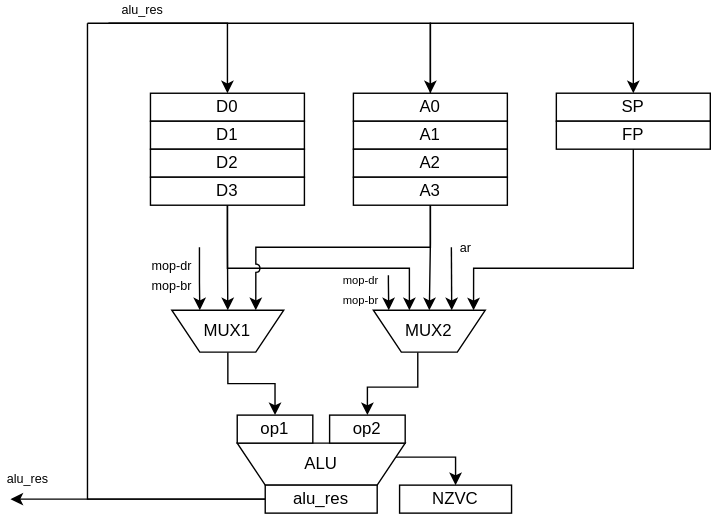
Before: docs/EU.svg, a diagram exported from draw.io (Not-N0w/csa-lab4). Source tidied: cells renumbered, new cells last; positions are measured from the earlier drawing's top-left corner, leaving out a move shared by most shapes.
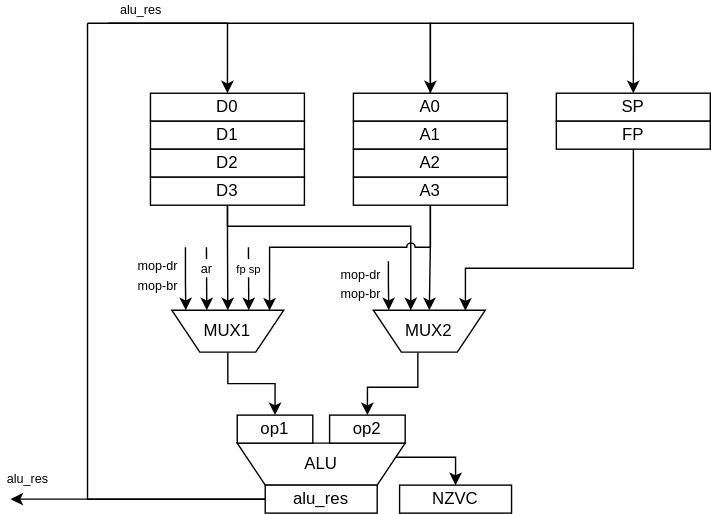
After the commit.

Commit message:
fix: bug in mux1/2 in EU

What changed in the source:
```diff
@@ -25,27 +25,27 @@
     <mxCell id="7" style="edgeStyle=orthogonalEdgeStyle;rounded=0;jettySize=auto;html=1;entryX=0.5;entryY=1;entryDx=0;entryDy=0;" parent="1" edge="1" source="9" target="16">
       <mxGeometry relative="1" as="geometry" />
     </mxCell>
-    <mxCell id="8" style="edgeStyle=orthogonalEdgeStyle;rounded=0;orthogonalLoop=1;jettySize=auto;html=1;jumpStyle=arc;" parent="1" edge="1">
-      <mxGeometry relative="1" as="geometry">
-        <mxPoint x="155" y="130" as="sourcePoint" />
-        <mxPoint x="285" y="205" as="targetPoint" />
-        <Array as="points">
-          <mxPoint x="155" y="175" />
-          <mxPoint x="285" y="175" />
-        </Array>
-      </mxGeometry>
-    </mxCell>
+    <mxCell id="35" style="edgeStyle=orthogonalEdgeStyle;rounded=0;jettySize=auto;html=1;entryX=0.66;entryY=0.996;entryDx=0;entryDy=0;entryPerimeter=0;jumpStyle=arc;" parent="1" edge="1" target="24">
+      <mxGeometry relative="1" as="geometry">
+        <mxPoint x="155" y="130" as="sourcePoint" />
+        <Array as="points">
+          <mxPoint x="155" y="145" />
+          <mxPoint x="286" y="145" />
+          <mxPoint x="286" y="205" />
+        </Array>
+      </mxGeometry>
+    </mxCell>
     <mxCell id="9" value="D2" style="rounded=0;whiteSpace=wrap;html=1;" parent="1" vertex="1">
       <mxGeometry x="100" y="90" width="110" height="20" as="geometry" />
     </mxCell>
     <mxCell id="10" style="edgeStyle=orthogonalEdgeStyle;rounded=0;jettySize=auto;html=1;entryX=0.5;entryY=1;entryDx=0;entryDy=0;" parent="1" edge="1" source="12" target="24">
       <mxGeometry relative="1" as="geometry" />
     </mxCell>
-    <mxCell id="11" style="edgeStyle=orthogonalEdgeStyle;rounded=0;jettySize=auto;html=1;entryX=0.25;entryY=1;entryDx=0;entryDy=0;jumpStyle=arc;" parent="1" edge="1" source="12" target="16">
+    <mxCell id="11" style="edgeStyle=orthogonalEdgeStyle;rounded=0;jettySize=auto;html=1;entryX=0.127;entryY=0.99;entryDx=0;entryDy=0;jumpStyle=arc;entryPerimeter=0;" parent="1" edge="1" source="12" target="16">
       <mxGeometry relative="1" as="geometry">
         <Array as="points">
           <mxPoint x="300" y="160" />
-          <mxPoint x="175" y="160" />
+          <mxPoint x="185" y="160" />
         </Array>
       </mxGeometry>
     </mxCell>
@@ -68,15 +68,15 @@
     <mxCell id="16" value="MUX1" style="shape=trapezoid;perimeter=trapezoidPerimeter;whiteSpace=wrap;html=1;fixedSize=1;direction=west;" parent="1" vertex="1">
       <mxGeometry x="115.2" y="205" width="80" height="30" as="geometry" />
     </mxCell>
-    <mxCell id="17" style="endArrow=classic;html=1;rounded=0;entryX=0.5;entryY=0;entryDx=0;entryDy=0;edgeStyle=orthogonalEdgeStyle;" parent="1" edge="1" target="4">
-      <mxGeometry relative="1" as="geometry">
-        <mxPoint x="70" as="sourcePoint" />
-        <Array as="points">
-          <mxPoint x="70" />
-          <mxPoint x="300" />
-        </Array>
-      </mxGeometry>
-    </mxCell>
+    <mxCell id="36" style="endArrow=classic;html=1;rounded=0;entryX=0.5;entryY=0;entryDx=0;entryDy=0;edgeStyle=orthogonalEdgeStyle;" parent="1" edge="1" target="4">
+      <mxGeometry relative="1" as="geometry">
+        <mxPoint x="70" as="sourcePoint" />
+        <Array as="points">
+          <mxPoint x="70" />
+          <mxPoint x="300" />
+        </Array>
+      </mxGeometry>
+    </mxCell>
     <mxCell id="18" value="&lt;font style=&quot;font-size: 9px;&quot;&gt;alu_res&lt;/font&gt;" style="endArrow=classic;html=1;rounded=0;entryX=0.5;entryY=0;entryDx=0;entryDy=0;edgeStyle=orthogonalEdgeStyle;" parent="1" edge="1" target="2">
       <mxGeometry x="-0.48" y="10" relative="1" as="geometry">
         <mxPoint x="55" as="sourcePoint" />
@@ -88,12 +88,12 @@
     <mxCell id="19" value="SP" style="rounded=0;whiteSpace=wrap;html=1;" parent="1" vertex="1">
       <mxGeometry x="390" y="50" width="110" height="20" as="geometry" />
     </mxCell>
-    <mxCell id="20" style="edgeStyle=orthogonalEdgeStyle;rounded=0;jettySize=auto;html=1;entryX=0.105;entryY=0.996;entryDx=0;entryDy=0;entryPerimeter=0;" parent="1" edge="1" source="21" target="24">
+    <mxCell id="20" style="edgeStyle=orthogonalEdgeStyle;rounded=0;jettySize=auto;html=1;entryX=0.17;entryY=0.99;entryDx=0;entryDy=0;entryPerimeter=0;" parent="1" edge="1" source="21" target="24">
       <mxGeometry relative="1" as="geometry">
         <Array as="points">
           <mxPoint x="445" y="175" />
-          <mxPoint x="330" y="175" />
-          <mxPoint x="330" y="205" />
+          <mxPoint x="325" y="175" />
+          <mxPoint x="325" y="205" />
         </Array>
       </mxGeometry>
     </mxCell>
@@ -114,15 +114,15 @@
     <mxCell id="24" value="MUX2" style="shape=trapezoid;perimeter=trapezoidPerimeter;whiteSpace=wrap;html=1;fixedSize=1;direction=west;" parent="1" vertex="1">
       <mxGeometry x="259.2" y="205" width="80" height="30" as="geometry" />
     </mxCell>
-    <mxCell id="25" style="edgeStyle=orthogonalEdgeStyle;rounded=0;jettySize=auto;html=1;endArrow=none;endFill=0;" parent="1" edge="1" source="27">
-      <mxGeometry relative="1" as="geometry">
-        <mxPoint x="55" y="5" as="targetPoint" />
-        <Array as="points">
-          <mxPoint x="55" y="340" />
-          <mxPoint x="55" />
-        </Array>
-      </mxGeometry>
-    </mxCell>
+    <mxCell id="37" style="edgeStyle=orthogonalEdgeStyle;rounded=0;jettySize=auto;html=1;endArrow=none;endFill=0;" parent="1" edge="1" source="27">
+      <mxGeometry relative="1" as="geometry">
+        <mxPoint x="55" y="5" as="targetPoint" />
+        <Array as="points">
+          <mxPoint x="55" y="340" />
+          <mxPoint x="55" />
+        </Array>
+      </mxGeometry>
+    </mxCell>
     <mxCell id="26" value="&lt;font style=&quot;font-size: 9px;&quot;&gt;alu_res&lt;/font&gt;" style="edgeStyle=orthogonalEdgeStyle;rounded=0;jettySize=auto;html=1;" parent="1" edge="1" source="27">
       <mxGeometry x="0.87" y="-15" relative="1" as="geometry">
         <mxPoint y="340" as="targetPoint" />
@@ -137,35 +137,41 @@
     <mxCell id="29" value="NZVC" style="rounded=0;whiteSpace=wrap;html=1;" parent="1" vertex="1">
       <mxGeometry x="278" y="330" width="80" height="20" as="geometry" />
     </mxCell>
-    <mxCell id="30" value="&lt;font style=&quot;font-size: 9px;&quot;&gt;ar&lt;/font&gt;" style="endArrow=classic;html=1;rounded=0;entryX=0.75;entryY=1;entryDx=0;entryDy=0;" parent="1" edge="1">
-      <mxGeometry x="-1" y="10" relative="1" as="geometry">
-        <mxPoint x="315" y="160" as="sourcePoint" />
-        <mxPoint x="315.2" y="205" as="targetPoint" />
-      </mxGeometry>
-    </mxCell>
-    <mxCell id="31" value="&lt;div&gt;&lt;font style=&quot;font-size: 9px;&quot;&gt;mop-dr&lt;br&gt;mop-br&lt;/font&gt;&lt;/div&gt;" style="endArrow=classic;html=1;rounded=0;entryX=0.75;entryY=1;entryDx=0;entryDy=0;" parent="1" edge="1">
-      <mxGeometry x="-0.11" y="-20" relative="1" as="geometry">
-        <mxPoint x="135" y="160" as="sourcePoint" />
-        <mxPoint x="135.2" y="205" as="targetPoint" />
-        <Array as="points">
-          <mxPoint x="135" y="185" />
-        </Array>
-      </mxGeometry>
-    </mxCell>
+    <mxCell id="38" value="&lt;div&gt;&lt;font style=&quot;font-size: 9px;&quot;&gt;mop-dr&lt;br&gt;mop-br&lt;/font&gt;&lt;/div&gt;" style="endArrow=classic;html=1;rounded=0;entryX=0.75;entryY=1;entryDx=0;entryDy=0;" parent="1" edge="1">
+      <mxGeometry x="-0.11" y="-20" relative="1" as="geometry">
+        <mxPoint x="125" y="160" as="sourcePoint" />
+        <mxPoint x="125.2" y="205" as="targetPoint" />
+        <Array as="points">
+          <mxPoint x="125" y="185" />
+        </Array>
+      </mxGeometry>
+    </mxCell>
     <mxCell id="32" value="D3" style="rounded=0;whiteSpace=wrap;html=1;" parent="1" vertex="1">
       <mxGeometry x="100" y="110" width="110" height="20" as="geometry" />
     </mxCell>
     <mxCell id="33" value="A3" style="rounded=0;whiteSpace=wrap;html=1;" parent="1" vertex="1">
       <mxGeometry x="245" y="110" width="110" height="20" as="geometry" />
     </mxCell>
-    <mxCell id="34" value="&lt;div&gt;&lt;font style=&quot;font-size: 8px;&quot;&gt;mop-dr&lt;br&gt;mop-br&lt;/font&gt;&lt;/div&gt;" style="endArrow=classic;html=1;rounded=0;entryX=0.75;entryY=1;entryDx=0;entryDy=0;" parent="1" edge="1">
-      <mxGeometry x="-0.22" y="-20" relative="1" as="geometry">
-        <mxPoint x="270" y="180" as="sourcePoint" />
-        <mxPoint x="270.2" y="205" as="targetPoint" />
-        <Array as="points">
-          <mxPoint x="270" y="185" />
-        </Array>
-      </mxGeometry>
-    </mxCell>
+    <mxCell id="39" value="&lt;div&gt;&lt;font style=&quot;font-size: 9px;&quot;&gt;mop-dr&lt;br&gt;mop-br&lt;/font&gt;&lt;/div&gt;" style="endArrow=classic;html=1;rounded=0;entryX=0.75;entryY=1;entryDx=0;entryDy=0;" parent="1" edge="1">
+      <mxGeometry x="-0.11" y="-20" relative="1" as="geometry">
+        <mxPoint x="270" y="170" as="sourcePoint" />
+        <mxPoint x="270.2" y="205" as="targetPoint" />
+        <Array as="points">
+          <mxPoint x="270" y="185" />
+        </Array>
+      </mxGeometry>
+    </mxCell>
+    <mxCell id="30" value="&lt;font style=&quot;font-size: 9px;&quot;&gt;ar&lt;/font&gt;" style="endArrow=classic;html=1;rounded=0;entryX=0.75;entryY=1;entryDx=0;entryDy=0;" parent="1" edge="1">
+      <mxGeometry x="-0.33" relative="1" as="geometry">
+        <mxPoint x="140" y="160" as="sourcePoint" />
+        <mxPoint x="140.2" y="205" as="targetPoint" />
+      </mxGeometry>
+    </mxCell>
+    <mxCell id="40" value="&lt;span style=&quot;font-size: 8px;&quot;&gt;fp sp&lt;/span&gt;" style="endArrow=classic;html=1;rounded=0;entryX=0.75;entryY=1;entryDx=0;entryDy=0;" parent="1" edge="1">
+      <mxGeometry x="-0.33" relative="1" as="geometry">
+        <mxPoint x="170" y="160" as="sourcePoint" />
+        <mxPoint x="170.2" y="205" as="targetPoint" />
+      </mxGeometry>
+    </mxCell>
   </root>
 </mxGraphModel>
```
